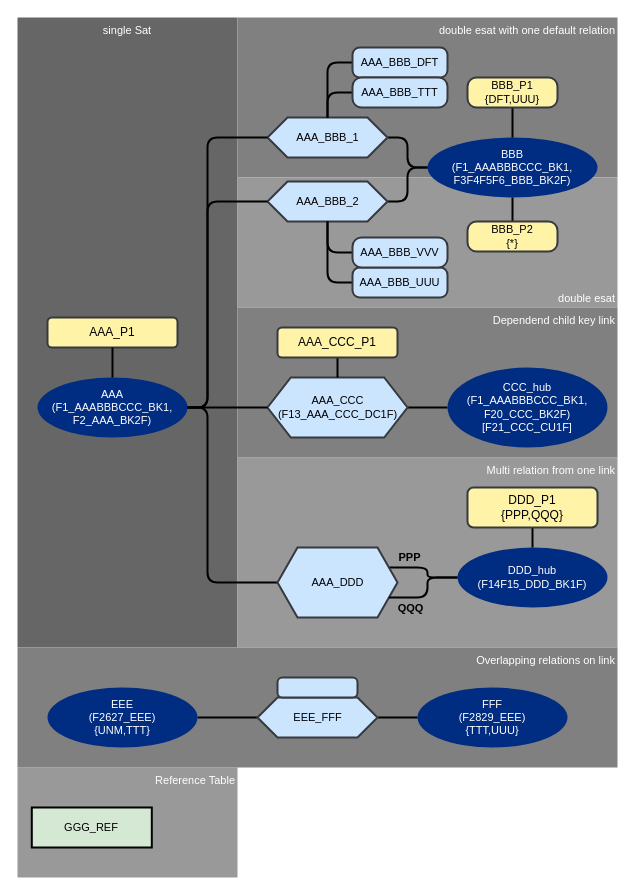
Above: documentation/images/test55_model.drawio in cimt-ag/data_vault_pipelinedescription (draw.io), before the change. Source tidied: cells renumbered, new cells numbered last; positions are measured from the earlier drawing's top-left corner, leaving out a move shared by most shapes. Both pictures are drawn from the tidied source at 100%, with x=0, y=0 at pixel (17, 17).
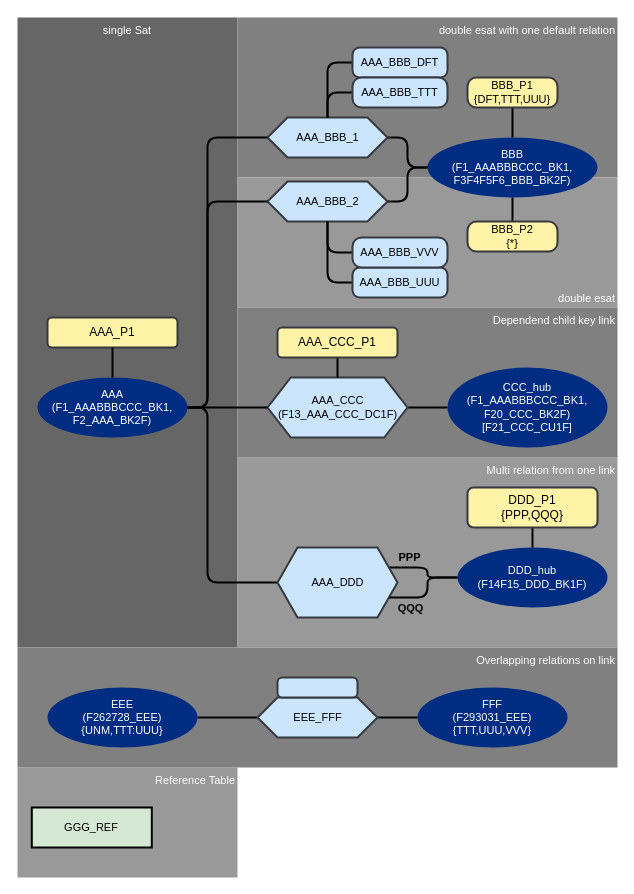
The same diagram, later.

The edit, as a diff of the source:
```diff
@@
-    <mxCell id="44" value="BBB_P1&lt;br style=&quot;font-size: 11px;&quot;&gt;{DFT,UUU}" style="rounded=1;whiteSpace=wrap;html=1;strokeColor=#36393d;fillColor=#FFF3A8;strokeWidth=2;fontSize=11;arcSize=30;" parent="10" vertex="1">
+    <mxCell id="44" value="BBB_P1&lt;br style=&quot;font-size: 11px;&quot;&gt;{DFT,TTT,UUU}" style="rounded=1;whiteSpace=wrap;html=1;strokeColor=#36393d;fillColor=#FFF3A8;strokeWidth=2;fontSize=11;arcSize=30;" parent="10" vertex="1">
       <mxGeometry x="450" y="60" width="90" height="30" as="geometry" />
     </mxCell>
@@
-    <mxCell id="48" value="EEE&lt;br&gt;(F2627_EEE)&lt;br&gt;{UNM,TTT}" style="strokeWidth=2;html=1;shape=mxgraph.flowchart.start_1;whiteSpace=wrap;strokeColor=none;fontColor=#ffffff;fillColor=#002C82;fontFamily=Helvetica;fontSize=11;" parent="10" vertex="1">
+    <mxCell id="48" value="EEE&lt;br&gt;(F262728_EEE)&lt;br&gt;{UNM,TTT:UUU}" style="strokeWidth=2;html=1;shape=mxgraph.flowchart.start_1;whiteSpace=wrap;strokeColor=none;fontColor=#ffffff;fillColor=#002C82;fontFamily=Helvetica;fontSize=11;" parent="10" vertex="1">
       <mxGeometry x="30" y="670" width="150" height="60" as="geometry" />
     </mxCell>
-    <mxCell id="49" value="FFF&lt;br&gt;(F2829_EEE)&lt;br&gt;{TTT,UUU}" style="strokeWidth=2;html=1;shape=mxgraph.flowchart.start_1;whiteSpace=wrap;strokeColor=none;fontColor=#ffffff;fillColor=#002C82;fontFamily=Helvetica;fontSize=11;" parent="10" vertex="1">
+    <mxCell id="49" value="FFF&lt;br&gt;(F293031_EEE)&lt;br&gt;{TTT,UUU,VVV}" style="strokeWidth=2;html=1;shape=mxgraph.flowchart.start_1;whiteSpace=wrap;strokeColor=none;fontColor=#ffffff;fillColor=#002C82;fontFamily=Helvetica;fontSize=11;" parent="10" vertex="1">
       <mxGeometry x="400" y="670" width="150" height="60" as="geometry" />
     </mxCell>
```
